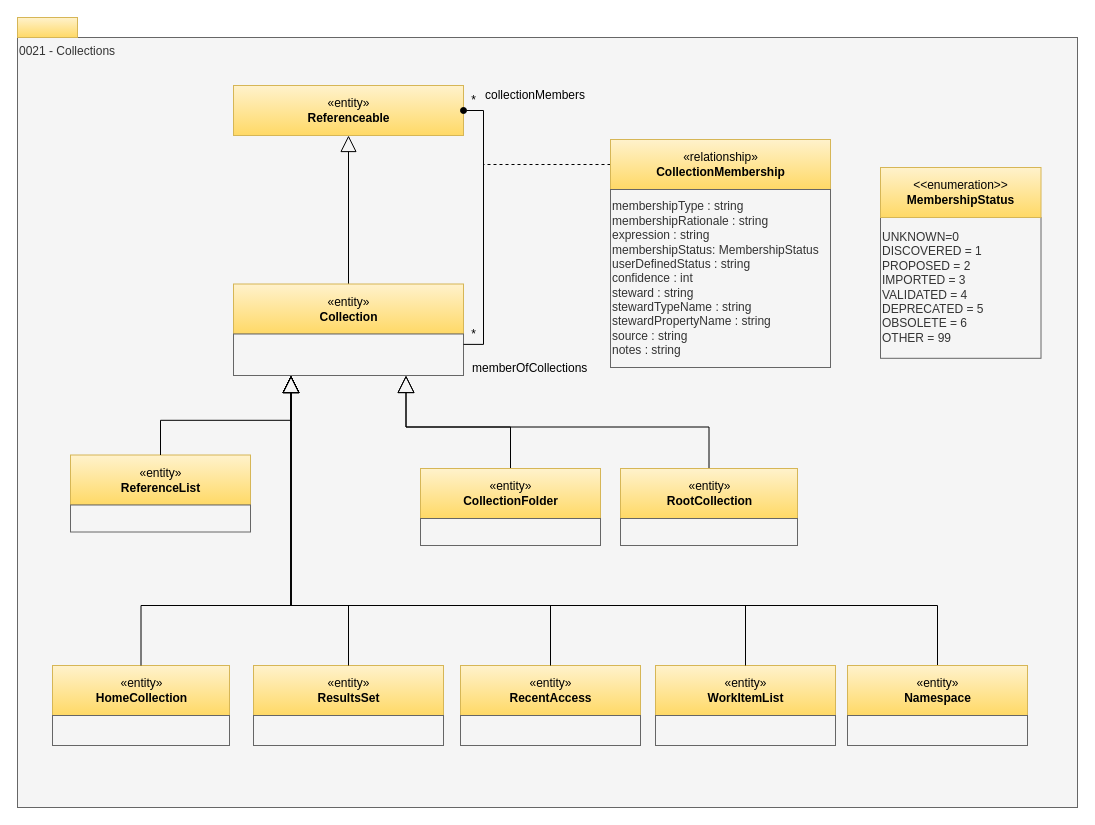
This is page "0021-Collections" (16 of 32) of site/docs/types/0/area-0-basic-types-and-infrastructure.drawio from odpi/egeria-docs, a draw.io file, before an edit. Source tidied: cells renumbered, new cells numbered last; positions are measured from the earlier drawing's top-left corner, leaving out a move shared by most shapes. Both pictures are drawn from the tidied source at 100%, with x=0, y=0 at pixel (17, 17).
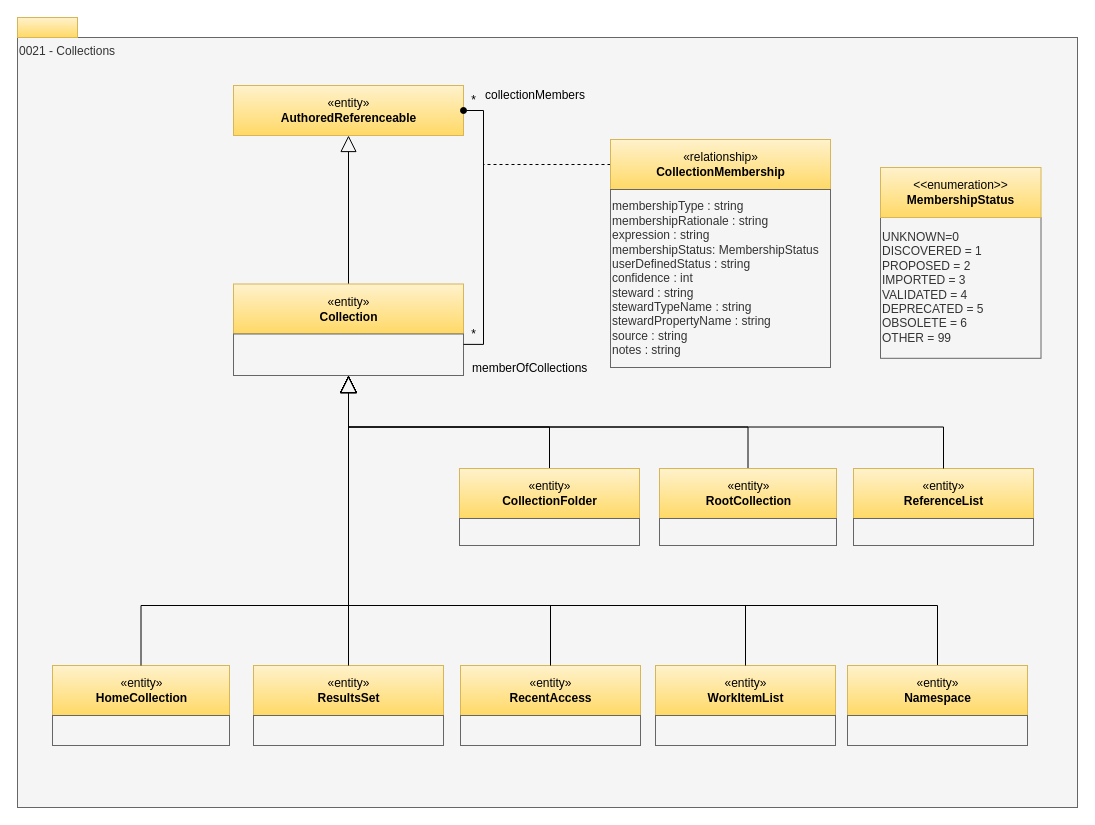
After the change.

The change refers to these unchanged cells:
```xml
<mxCell id="8" style="rounded=0;whiteSpace=wrap;html=1;align=left;fillColor=#f5f5f5;fontColor=#333333;strokeColor=#666666;" parent="1" vertex="1">
  <mxGeometry x="216" y="316.5" width="230" height="41.5" as="geometry" />
</mxCell>
<mxCell id="24" value="«entity»&lt;br&gt;&lt;b&gt;ResultsSet&lt;/b&gt;" style="html=1;strokeColor=#d6b656;align=center;fillColor=#fff2cc;gradientColor=#ffd966;" parent="1" vertex="1">
  <mxGeometry x="236" y="648" width="190" height="50" as="geometry" />
</mxCell>
<mxCell id="26" value="«entity»&lt;br&gt;&lt;b&gt;HomeCollection&lt;/b&gt;" style="html=1;strokeColor=#d6b656;align=center;fillColor=#fff2cc;gradientColor=#ffd966;" parent="1" vertex="1">
  <mxGeometry x="35" y="648" width="177" height="50" as="geometry" />
</mxCell>
<mxCell id="28" value="«entity»&lt;br&gt;&lt;b&gt;RecentAccess&lt;/b&gt;" style="html=1;strokeColor=#d6b656;align=center;fillColor=#fff2cc;gradientColor=#ffd966;" parent="1" vertex="1">
  <mxGeometry x="443" y="648" width="180" height="50" as="geometry" />
</mxCell>
<mxCell id="30" value="«entity»&lt;br&gt;&lt;b&gt;WorkItemList&lt;/b&gt;" style="html=1;strokeColor=#d6b656;align=center;fillColor=#fff2cc;gradientColor=#ffd966;" parent="1" vertex="1">
  <mxGeometry x="638" y="648" width="180" height="50" as="geometry" />
</mxCell>
<mxCell id="33" value="«entity»&lt;br&gt;&lt;b&gt;Namespace&lt;/b&gt;" style="html=1;strokeColor=#d6b656;align=center;fillColor=#fff2cc;gradientColor=#ffd966;" parent="1" vertex="1">
  <mxGeometry x="830" y="648" width="180" height="50" as="geometry" />
</mxCell>
```

Diff of the diagram source:
```diff
@@
-    <mxCell id="6" style="edgeStyle=orthogonalEdgeStyle;rounded=0;html=1;exitX=0.5;exitY=0;endArrow=block;endFill=0;jettySize=auto;strokeWidth=1;endSize=15;entryX=0.75;entryY=1;entryDx=0;entryDy=0;exitDx=0;exitDy=0;" parent="1" edge="1" source="19" target="8">
+    <mxCell id="6" style="edgeStyle=orthogonalEdgeStyle;rounded=0;html=1;exitX=0.5;exitY=0;endArrow=block;endFill=0;jettySize=auto;strokeWidth=1;endSize=15;entryX=0.5;entryY=1;entryDx=0;entryDy=0;exitDx=0;exitDy=0;" parent="1" edge="1" source="19" target="8">
       <mxGeometry relative="1" as="geometry" />
     </mxCell>
-    <mxCell id="7" style="edgeStyle=orthogonalEdgeStyle;rounded=0;html=1;exitX=0.5;exitY=0;endArrow=block;endFill=0;jettySize=auto;endSize=15;entryX=0.75;entryY=1;entryDx=0;entryDy=0;exitDx=0;exitDy=0;" parent="1" edge="1" source="9" target="8">
+    <mxCell id="7" style="edgeStyle=orthogonalEdgeStyle;rounded=0;html=1;exitX=0.5;exitY=0;endArrow=block;endFill=0;jettySize=auto;endSize=15;entryX=0.5;entryY=1;entryDx=0;entryDy=0;exitDx=0;exitDy=0;" parent="1" edge="1" source="9" target="8">
       <mxGeometry relative="1" as="geometry" />
     </mxCell>
@@
     <mxCell id="9" value="«entity»&lt;br&gt;&lt;b&gt;RootCollection&lt;/b&gt;" style="html=1;strokeColor=#d6b656;align=center;fillColor=#fff2cc;gradientColor=#ffd966;" parent="1" vertex="1">
-      <mxGeometry x="603" y="451" width="177" height="50" as="geometry" />
+      <mxGeometry x="642" y="451" width="177" height="50" as="geometry" />
     </mxCell>
     <mxCell id="10" style="rounded=0;whiteSpace=wrap;html=1;align=left;fillColor=#f5f5f5;fontColor=#333333;strokeColor=#666666;" parent="1" vertex="1">
-      <mxGeometry x="603" y="501" width="177" height="27" as="geometry" />
+      <mxGeometry x="642" y="501" width="177" height="27" as="geometry" />
     </mxCell>
@@
-    <mxCell id="15" value="«entity»&lt;br&gt;&lt;b&gt;Referenceable&lt;/b&gt;" style="html=1;strokeColor=#d6b656;align=center;fillColor=#fff2cc;gradientColor=#ffd966;" parent="1" vertex="1">
+    <mxCell id="15" value="«entity»&lt;br&gt;&lt;b&gt;AuthoredReferenceable&lt;/b&gt;" style="html=1;strokeColor=#d6b656;align=center;fillColor=#fff2cc;gradientColor=#ffd966;" parent="1" vertex="1">
       <mxGeometry x="216" y="68" width="230" height="50" as="geometry" />
     </mxCell>
@@
     <mxCell id="19" value="«entity»&lt;br&gt;&lt;b&gt;CollectionFolder&lt;/b&gt;" style="html=1;strokeColor=#d6b656;align=center;fillColor=#fff2cc;gradientColor=#ffd966;" parent="1" vertex="1">
-      <mxGeometry x="403" y="451" width="180" height="50" as="geometry" />
+      <mxGeometry x="442" y="451" width="180" height="50" as="geometry" />
     </mxCell>
     <mxCell id="20" style="rounded=0;whiteSpace=wrap;html=1;align=left;fillColor=#f5f5f5;fontColor=#333333;strokeColor=#666666;" parent="1" vertex="1">
-      <mxGeometry x="403" y="501" width="180" height="27" as="geometry" />
+      <mxGeometry x="442" y="501" width="180" height="27" as="geometry" />
     </mxCell>
@@
-    <mxCell id="32" style="edgeStyle=orthogonalEdgeStyle;rounded=0;jettySize=auto;html=1;exitX=0.5;exitY=0;exitDx=0;exitDy=0;endArrow=block;startFill=0;entryX=0.25;entryY=1;entryDx=0;entryDy=0;endFill=0;endSize=15;" parent="1" edge="1" source="33" target="8">
+    <mxCell id="32" style="edgeStyle=orthogonalEdgeStyle;rounded=0;jettySize=auto;html=1;exitX=0.5;exitY=0;exitDx=0;exitDy=0;endArrow=block;startFill=0;entryX=0.5;entryY=1;entryDx=0;entryDy=0;endFill=0;endSize=15;" parent="1" edge="1" source="33" target="8">
       <mxGeometry relative="1" as="geometry">
         <Array as="points">
           <mxPoint x="920" y="588" />
-          <mxPoint x="274" y="588" />
+          <mxPoint x="331" y="588" />
         </Array>
       </mxGeometry>
     </mxCell>
@@
     <mxCell id="35" value="«entity»&lt;br&gt;&lt;b&gt;ReferenceList&lt;/b&gt;" style="html=1;strokeColor=#d6b656;align=center;fillColor=#fff2cc;gradientColor=#ffd966;" parent="1" vertex="1">
-      <mxGeometry x="53" y="437.5" width="180" height="50" as="geometry" />
+      <mxGeometry x="836" y="451" width="180" height="50" as="geometry" />
     </mxCell>
     <mxCell id="36" style="rounded=0;whiteSpace=wrap;html=1;align=left;fillColor=#f5f5f5;fontColor=#333333;strokeColor=#666666;" parent="1" vertex="1">
-      <mxGeometry x="53" y="487.5" width="180" height="27" as="geometry" />
+      <mxGeometry x="836" y="501" width="180" height="27" as="geometry" />
     </mxCell>
-    <mxCell id="37" style="edgeStyle=orthogonalEdgeStyle;rounded=0;html=1;exitX=0.25;exitY=1;endArrow=none;endFill=0;jettySize=auto;exitDx=0;exitDy=0;strokeWidth=1;startArrow=block;startFill=0;endSize=6;startSize=15;" parent="1" edge="1" source="8" target="35">
+    <mxCell id="37" style="edgeStyle=orthogonalEdgeStyle;rounded=0;html=1;exitX=0.5;exitY=1;endArrow=none;endFill=0;jettySize=auto;exitDx=0;exitDy=0;strokeWidth=1;startArrow=block;startFill=0;endSize=6;startSize=15;" parent="1" edge="1" source="8" target="35">
       <mxGeometry relative="1" as="geometry" />
     </mxCell>
-    <mxCell id="38" style="edgeStyle=orthogonalEdgeStyle;rounded=0;jettySize=auto;html=1;exitX=0.5;exitY=0;exitDx=0;exitDy=0;endArrow=block;startFill=0;entryX=0.25;entryY=1;entryDx=0;entryDy=0;endFill=0;endSize=15;" parent="1" edge="1" source="30" target="8">
+    <mxCell id="38" style="edgeStyle=orthogonalEdgeStyle;rounded=0;jettySize=auto;html=1;exitX=0.5;exitY=0;exitDx=0;exitDy=0;endArrow=block;startFill=0;entryX=0.5;entryY=1;entryDx=0;entryDy=0;endFill=0;endSize=15;" parent="1" edge="1" source="30" target="8">
       <mxGeometry relative="1" as="geometry">
         <Array as="points">
           <mxPoint x="728" y="588" />
-          <mxPoint x="274" y="588" />
+          <mxPoint x="331" y="588" />
         </Array>
       </mxGeometry>
     </mxCell>
-    <mxCell id="39" style="edgeStyle=orthogonalEdgeStyle;rounded=0;jettySize=auto;html=1;exitX=0.5;exitY=0;exitDx=0;exitDy=0;endArrow=block;startFill=0;entryX=0.25;entryY=1;entryDx=0;entryDy=0;endFill=0;endSize=15;" parent="1" edge="1" source="28" target="8">
+    <mxCell id="39" style="edgeStyle=orthogonalEdgeStyle;rounded=0;jettySize=auto;html=1;exitX=0.5;exitY=0;exitDx=0;exitDy=0;endArrow=block;startFill=0;entryX=0.5;entryY=1;entryDx=0;entryDy=0;endFill=0;endSize=15;" parent="1" edge="1" source="28" target="8">
       <mxGeometry relative="1" as="geometry">
         <Array as="points">
           <mxPoint x="533" y="588" />
-          <mxPoint x="274" y="588" />
+          <mxPoint x="331" y="588" />
         </Array>
       </mxGeometry>
     </mxCell>
-    <mxCell id="40" style="edgeStyle=orthogonalEdgeStyle;rounded=0;jettySize=auto;html=1;exitX=0.5;exitY=0;exitDx=0;exitDy=0;endArrow=block;startFill=0;entryX=0.25;entryY=1;entryDx=0;entryDy=0;endFill=0;endSize=15;" parent="1" edge="1" source="24" target="8">
+    <mxCell id="40" style="edgeStyle=orthogonalEdgeStyle;rounded=0;jettySize=auto;html=1;exitX=0.5;exitY=0;exitDx=0;exitDy=0;endArrow=block;startFill=0;entryX=0.5;entryY=1;entryDx=0;entryDy=0;endFill=0;endSize=15;" parent="1" edge="1" source="24" target="8">
       <mxGeometry relative="1" as="geometry">
         <Array as="points">
-          <mxPoint x="331" y="588" />
-          <mxPoint x="274" y="588" />
+          <mxPoint x="331" y="478" />
+          <mxPoint x="331" y="478" />
         </Array>
       </mxGeometry>
     </mxCell>
-    <mxCell id="41" style="edgeStyle=orthogonalEdgeStyle;rounded=0;jettySize=auto;html=1;exitX=0.5;exitY=0;exitDx=0;exitDy=0;endArrow=block;startFill=0;entryX=0.25;entryY=1;entryDx=0;entryDy=0;endFill=0;endSize=15;" parent="1" edge="1" source="26" target="8">
+    <mxCell id="41" style="edgeStyle=orthogonalEdgeStyle;rounded=0;jettySize=auto;html=1;exitX=0.5;exitY=0;exitDx=0;exitDy=0;endArrow=block;startFill=0;entryX=0.5;entryY=1;entryDx=0;entryDy=0;endFill=0;endSize=15;" parent="1" edge="1" source="26" target="8">
       <mxGeometry relative="1" as="geometry">
         <Array as="points">
           <mxPoint x="124" y="588" />
-          <mxPoint x="274" y="588" />
+          <mxPoint x="331" y="588" />
         </Array>
       </mxGeometry>
     </mxCell>
```
